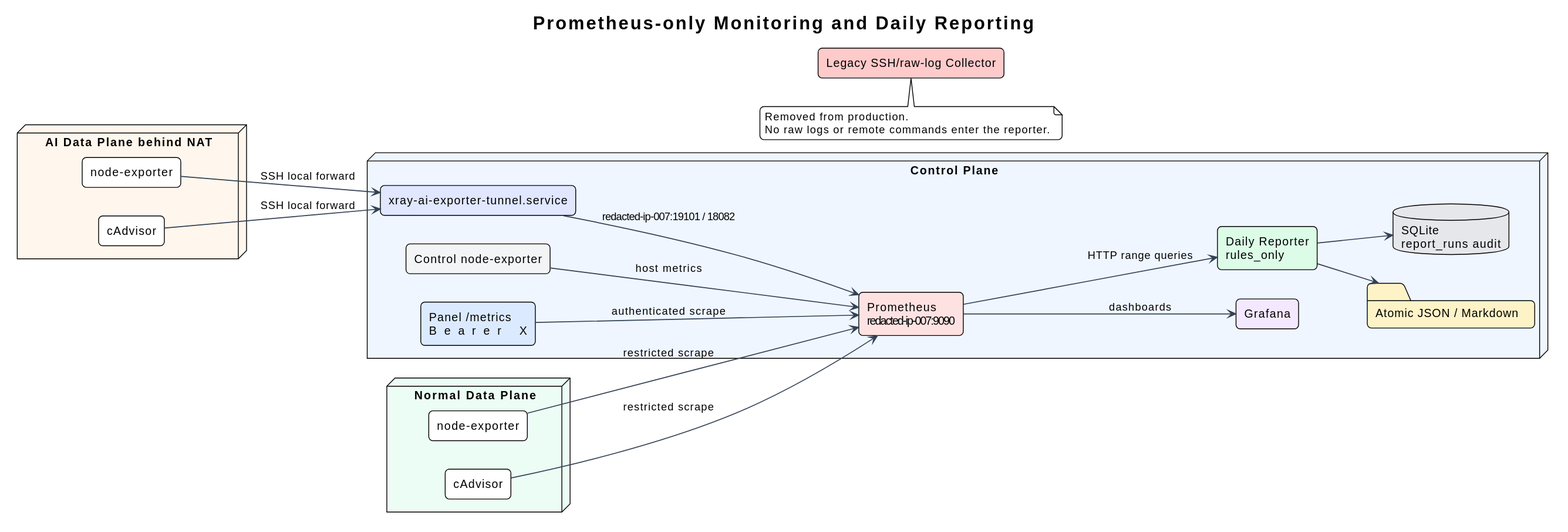
Above: docs/ops-reporting/diagrams/monitoring-reporting.svg in i-zrhe2016/ai-routing-panel (PlantUML), before the change. Source of this version:
```plantuml
@startuml
!theme plain
left to right direction
skinparam backgroundColor #FFFFFF
skinparam componentStyle rectangle
skinparam shadowing false
skinparam roundcorner 10
skinparam ArrowColor #334155
skinparam ArrowThickness 1.2
skinparam defaultFontName Arial

title Prometheus-only Monitoring and Daily Reporting

node "Control Plane" as control #EFF6FF {
  component "Panel /metrics\nBearer protected" as panelMetrics #DBEAFE
  component "Control node-exporter" as controlExporter #F3F4F6
  component "xray-ai-exporter-tunnel.service" as sshTunnel #E0E7FF
  component "Prometheus\n127.0.0.1:9090" as prometheus #FEE2E2
  component "Grafana" as grafana #F3E8FF
  component "Daily Reporter\nrules_only" as reporter #DCFCE7
  folder "Atomic JSON / Markdown" as reportFiles #FEF3C7
  database "SQLite\nreport_runs audit" as audit #E5E7EB
}

node "Normal Data Plane" as normal #ECFDF5 {
  component "node-exporter" as normalNode
  component "cAdvisor" as normalCadvisor
}

node "AI Data Plane behind NAT" as ai #FFF7ED {
  component "node-exporter" as aiNode
  component "cAdvisor" as aiCadvisor
}

panelMetrics --> prometheus : authenticated scrape
controlExporter --> prometheus : host metrics
normalNode --> prometheus : restricted scrape
normalCadvisor --> prometheus : restricted scrape
aiNode --> sshTunnel : SSH local forward
aiCadvisor --> sshTunnel : SSH local forward
sshTunnel --> prometheus : 127.0.0.1:19101 / 18082
prometheus --> grafana : dashboards
prometheus --> reporter : HTTP range queries
reporter --> reportFiles
reporter --> audit

component "Legacy SSH/raw-log Collector" as legacy #FECACA
legacy -[hidden]-> reporter
note bottom of legacy
  Removed from production.
  No raw logs or remote commands enter the reporter.
end note
@enduml
```
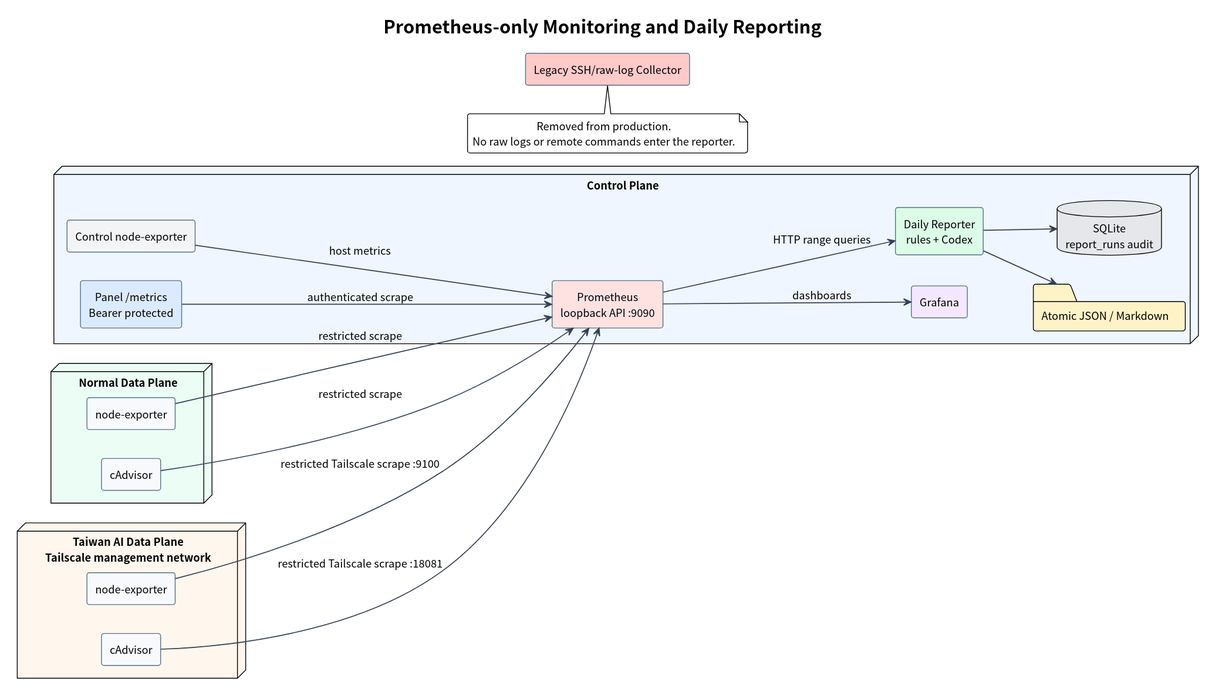
After the commit.

Change to the diagram source:
```diff
@@ -1,23 +1,15 @@
 @startuml
-!theme plain
+!include ../../diagrams/style.iuml
 left to right direction
-skinparam backgroundColor #FFFFFF
-skinparam componentStyle rectangle
-skinparam shadowing false
-skinparam roundcorner 10
-skinparam ArrowColor #334155
-skinparam ArrowThickness 1.2
-skinparam defaultFontName Arial
 
 title Prometheus-only Monitoring and Daily Reporting
 
 node "Control Plane" as control #EFF6FF {
   component "Panel /metrics\nBearer protected" as panelMetrics #DBEAFE
   component "Control node-exporter" as controlExporter #F3F4F6
-  component "xray-ai-exporter-tunnel.service" as sshTunnel #E0E7FF
-  component "Prometheus\n127.0.0.1:9090" as prometheus #FEE2E2
+  component "Prometheus\nloopback API :9090" as prometheus #FEE2E2
   component "Grafana" as grafana #F3E8FF
-  component "Daily Reporter\nrules_only" as reporter #DCFCE7
+  component "Daily Reporter\nrules + Codex" as reporter #DCFCE7
   folder "Atomic JSON / Markdown" as reportFiles #FEF3C7
   database "SQLite\nreport_runs audit" as audit #E5E7EB
 }
@@ -27,7 +19,7 @@
   component "cAdvisor" as normalCadvisor
 }
 
-node "AI Data Plane behind NAT" as ai #FFF7ED {
+node "Taiwan AI Data Plane\nTailscale management network" as ai #FFF7ED {
   component "node-exporter" as aiNode
   component "cAdvisor" as aiCadvisor
 }
@@ -36,9 +28,8 @@
 controlExporter --> prometheus : host metrics
 normalNode --> prometheus : restricted scrape
 normalCadvisor --> prometheus : restricted scrape
-aiNode --> sshTunnel : SSH local forward
-aiCadvisor --> sshTunnel : SSH local forward
-sshTunnel --> prometheus : 127.0.0.1:19101 / 18082
+aiNode --> prometheus : restricted Tailscale scrape :9100
+aiCadvisor --> prometheus : restricted Tailscale scrape :18081
 prometheus --> grafana : dashboards
 prometheus --> reporter : HTTP range queries
 reporter --> reportFiles
```
